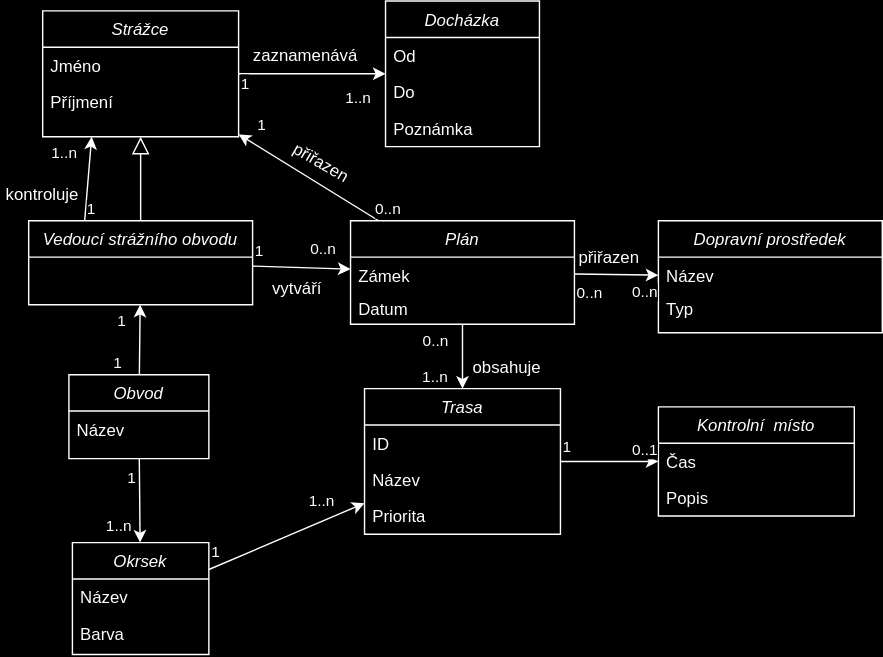
Earlier version of the draw.io export prilohy/domenovy_model.svg (korandom/NP-strazci). Source tidied: cells renumbered, new cells last; positions are measured from the earlier drawing's top-left corner, leaving out a move shared by most shapes.
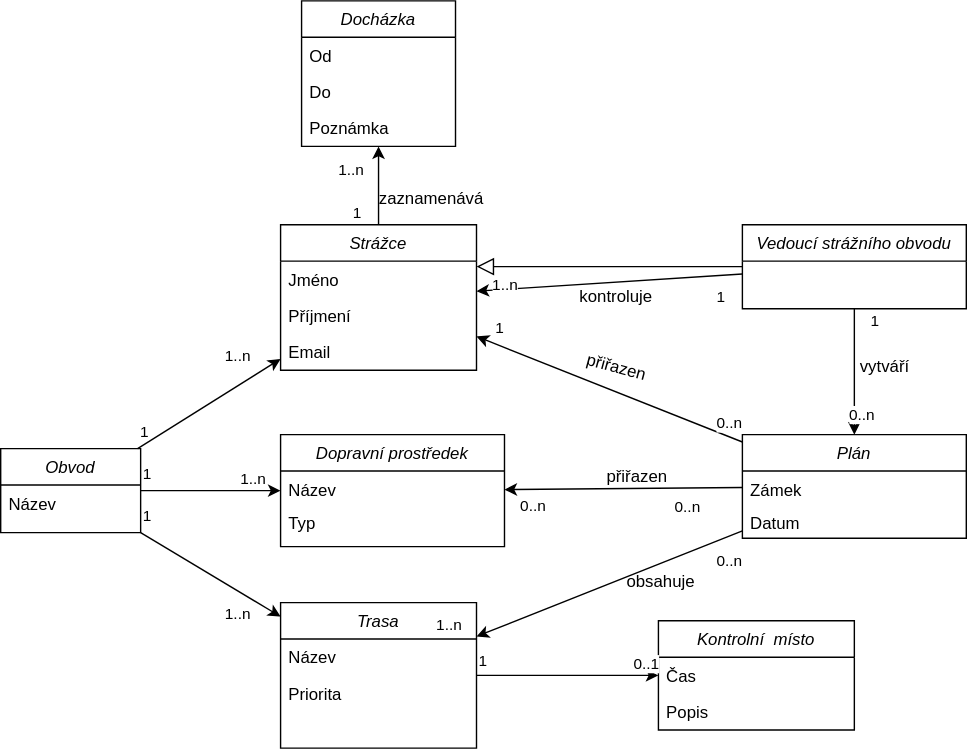
Later version of the same file.

Diff of the diagram source:
```diff
@@ -3,34 +3,34 @@
     <mxCell id="0" />
     <mxCell id="1" parent="0" />
     <mxCell id="2" value="Strážce" style="swimlane;fontStyle=2;align=center;verticalAlign=top;horizontal=1;startSize=26;rounded=0;shadow=0;strokeWidth=1;" parent="1" vertex="1">
-      <mxGeometry x="30" y="7" width="140" height="90" as="geometry" />
+      <mxGeometry x="30" y="7" width="140" height="104" as="geometry" />
     </mxCell>
     <mxCell id="3" value="Jméno" style="text;align=left;verticalAlign=top;spacingLeft=4;spacingRight=4;overflow=hidden;" parent="2" vertex="1">
       <mxGeometry y="26" width="140" height="26" as="geometry" />
     </mxCell>
+    <mxCell id="65" value="Příjmení" style="text;align=left;verticalAlign=top;spacingLeft=4;spacingRight=4;overflow=hidden;rounded=0;shadow=0;html=0;" parent="2" vertex="1">
+      <mxGeometry y="52" width="140" height="26" as="geometry" />
+    </mxCell>
-    <mxCell id="4" value="Příjmení" style="text;align=left;verticalAlign=top;spacingLeft=4;spacingRight=4;overflow=hidden;rounded=0;shadow=0;html=0;" parent="2" vertex="1">
-      <mxGeometry y="52" width="140" height="26" as="geometry" />
+    <mxCell id="4" value="Email" style="text;align=left;verticalAlign=top;spacingLeft=4;spacingRight=4;overflow=hidden;rounded=0;shadow=0;html=0;" parent="2" vertex="1">
+      <mxGeometry y="78" width="140" height="26" as="geometry" />
     </mxCell>
     <mxCell id="5" style="endArrow=block;endSize=10;endFill=0;shadow=0;strokeWidth=1;rounded=0;edgeStyle=elbowEdgeStyle;elbow=vertical;" parent="1" edge="1" source="6" target="2">
       <mxGeometry relative="1" as="geometry" />
     </mxCell>
     <mxCell id="6" value="Vedoucí strážního obvodu" style="swimlane;fontStyle=2;align=center;verticalAlign=top;horizontal=1;startSize=26;rounded=0;shadow=0;strokeWidth=1;" parent="1" vertex="1">
-      <mxGeometry x="20" y="157" width="160" height="60" as="geometry" />
+      <mxGeometry x="360" y="7" width="160" height="60" as="geometry" />
     </mxCell>
     <mxCell id="7" value="Trasa" style="swimlane;fontStyle=2;align=center;verticalAlign=top;horizontal=1;startSize=26;rounded=0;shadow=0;strokeWidth=1;" parent="1" vertex="1">
-      <mxGeometry x="260" y="277" width="140" height="104" as="geometry" />
+      <mxGeometry x="30" y="277" width="140" height="104" as="geometry" />
     </mxCell>
-    <mxCell id="8" value="ID" style="text;align=left;verticalAlign=top;spacingLeft=4;spacingRight=4;overflow=hidden;" parent="7" vertex="1">
-      <mxGeometry y="26" width="140" height="26" as="geometry" />
-    </mxCell>
     <mxCell id="9" value="Název" style="text;align=left;verticalAlign=top;spacingLeft=4;spacingRight=4;overflow=hidden;" parent="7" vertex="1">
-      <mxGeometry y="52" width="140" height="26" as="geometry" />
+      <mxGeometry y="26" width="140" height="26" as="geometry" />
     </mxCell>
     <mxCell id="10" value="Priorita" style="text;align=left;verticalAlign=top;spacingLeft=4;spacingRight=4;overflow=hidden;" parent="7" vertex="1">
-      <mxGeometry y="78" width="140" height="26" as="geometry" />
+      <mxGeometry y="52" width="140" height="26" as="geometry" />
     </mxCell>
     <mxCell id="11" value="Kontrolní  místo" style="swimlane;fontStyle=2;align=center;verticalAlign=top;horizontal=1;startSize=26;rounded=0;shadow=0;strokeWidth=1;" parent="1" vertex="1">
-      <mxGeometry x="470" y="290" width="140" height="78" as="geometry" />
+      <mxGeometry x="300" y="290" width="140" height="78" as="geometry" />
     </mxCell>
     <mxCell id="12" value="Čas" style="text;align=left;verticalAlign=top;spacingLeft=4;spacingRight=4;overflow=hidden;" parent="11" vertex="1">
       <mxGeometry y="26" width="140" height="26" as="geometry" />
@@ -50,7 +50,7 @@
       <mxGeometry x="1" relative="1" as="geometry" />
     </mxCell>
     <mxCell id="17" value="Plán" style="swimlane;fontStyle=2;align=center;verticalAlign=top;horizontal=1;startSize=26;rounded=0;shadow=0;strokeWidth=1;" parent="1" vertex="1">
-      <mxGeometry x="250" y="157" width="160" height="74" as="geometry" />
+      <mxGeometry x="360" y="157" width="160" height="74" as="geometry" />
     </mxCell>
     <mxCell id="18" value="Zámek" style="text;align=left;verticalAlign=top;spacingLeft=4;spacingRight=4;overflow=hidden;" parent="17" vertex="1">
       <mxGeometry y="26" width="160" height="24" as="geometry" />
@@ -59,7 +59,7 @@
       <mxGeometry y="50" width="160" height="24" as="geometry" />
     </mxCell>
     <mxCell id="20" value="Dopravní prostředek" style="swimlane;fontStyle=2;align=center;verticalAlign=top;horizontal=1;startSize=26;rounded=0;shadow=0;strokeWidth=1;" parent="1" vertex="1">
-      <mxGeometry x="470" y="157" width="160" height="80" as="geometry" />
+      <mxGeometry x="30" y="157" width="160" height="80" as="geometry" />
     </mxCell>
     <mxCell id="21" value="Název" style="text;align=left;verticalAlign=top;spacingLeft=4;spacingRight=4;overflow=hidden;" parent="20" vertex="1">
       <mxGeometry y="26" width="160" height="24" as="geometry" />
@@ -72,7 +72,7 @@
     </mxCell>
     <mxCell id="24" value="0..n" style="edgeLabel;html=1;align=left;verticalAlign=bottom;" parent="23" vertex="1">
       <mxGeometry x="-1" relative="1" as="geometry">
-        <mxPoint x="-30" y="20" as="offset" />
+        <mxPoint x="-20" y="29" as="offset" />
       </mxGeometry>
     </mxCell>
     <mxCell id="25" value="1..n" style="edgeLabel;html=1;align=right;verticalAlign=bottom;" parent="23" vertex="1">
@@ -85,12 +85,12 @@
     </mxCell>
     <mxCell id="27" value="0..n" style="edgeLabel;html=1;align=left;verticalAlign=bottom;" parent="26" vertex="1">
       <mxGeometry x="-1" relative="1" as="geometry">
-        <mxPoint y="22" as="offset" />
+        <mxPoint x="-50" y="22" as="offset" />
       </mxGeometry>
     </mxCell>
     <mxCell id="28" value="0..n" style="edgeLabel;html=1;align=right;verticalAlign=bottom;" parent="26" vertex="1">
       <mxGeometry x="1" relative="1" as="geometry">
-        <mxPoint y="20" as="offset" />
+        <mxPoint x="30" y="20" as="offset" />
       </mxGeometry>
     </mxCell>
     <mxCell id="29" style="endArrow=classic;html=1;rounded=0;" parent="1" edge="1" source="17" target="2">
@@ -98,7 +98,7 @@
     </mxCell>
     <mxCell id="30" value="0..n" style="edgeLabel;html=1;align=left;verticalAlign=bottom;" parent="29" vertex="1">
       <mxGeometry x="-1" relative="1" as="geometry">
-        <mxPoint x="-4" as="offset" />
+        <mxPoint x="-20" y="-5" as="offset" />
       </mxGeometry>
     </mxCell>
     <mxCell id="31" value="1" style="edgeLabel;html=1;align=right;verticalAlign=bottom;" parent="29" vertex="1">
@@ -107,58 +107,25 @@
       </mxGeometry>
     </mxCell>
     <mxCell id="32" value="Obvod" style="swimlane;fontStyle=2;align=center;verticalAlign=top;horizontal=1;startSize=26;rounded=0;shadow=0;strokeWidth=1;" parent="1" vertex="1">
-      <mxGeometry x="48.8" y="267" width="100" height="60" as="geometry" />
+      <mxGeometry x="-170" y="167" width="100" height="60" as="geometry" />
     </mxCell>
     <mxCell id="33" value="Název" style="text;align=left;verticalAlign=top;spacingLeft=4;spacingRight=4;overflow=hidden;" parent="32" vertex="1">
       <mxGeometry y="26" width="100" height="26" as="geometry" />
     </mxCell>
-    <mxCell id="34" value="Okrsek" style="swimlane;fontStyle=2;align=center;verticalAlign=top;horizontal=1;startSize=26;rounded=0;shadow=0;strokeWidth=1;" parent="1" vertex="1">
-      <mxGeometry x="51.2" y="387" width="97.5" height="80" as="geometry" />
-    </mxCell>
-    <mxCell id="35" value="Název" style="text;align=left;verticalAlign=top;spacingLeft=4;spacingRight=4;overflow=hidden;" parent="34" vertex="1">
-      <mxGeometry y="26" width="97.5" height="26" as="geometry" />
-    </mxCell>
-    <mxCell id="36" value="Barva" style="text;align=left;verticalAlign=top;spacingLeft=4;spacingRight=4;overflow=hidden;" parent="34" vertex="1">
-      <mxGeometry y="52" width="97.5" height="26" as="geometry" />
-    </mxCell>
-    <mxCell id="37" style="endArrow=classic;html=1;rounded=0;" parent="1" edge="1" source="32" target="6">
-      <mxGeometry relative="1" as="geometry" />
-    </mxCell>
-    <mxCell id="38" value="1" style="edgeLabel;html=1;align=left;verticalAlign=bottom;" parent="37" vertex="1">
-      <mxGeometry x="-1" relative="1" as="geometry">
-        <mxPoint x="-20" as="offset" />
-      </mxGeometry>
-    </mxCell>
-    <mxCell id="39" value="1" style="edgeLabel;html=1;align=right;verticalAlign=bottom;" parent="37" vertex="1">
-      <mxGeometry x="1" relative="1" as="geometry">
-        <mxPoint x="-10" y="20" as="offset" />
-      </mxGeometry>
-    </mxCell>
-    <mxCell id="40" style="endArrow=classic;html=1;rounded=0;" parent="1" edge="1" source="32" target="34">
-      <mxGeometry relative="1" as="geometry" />
-    </mxCell>
-    <mxCell id="41" value="1" style="edgeLabel;html=1;align=left;verticalAlign=bottom;" parent="40" vertex="1">
-      <mxGeometry x="-1" relative="1" as="geometry">
-        <mxPoint x="-10" y="22" as="offset" />
-      </mxGeometry>
-    </mxCell>
-    <mxCell id="42" value="1..n" style="edgeLabel;html=1;align=right;verticalAlign=bottom;" parent="40" vertex="1">
-      <mxGeometry x="1" relative="1" as="geometry">
-        <mxPoint x="-6" y="-4" as="offset" />
-      </mxGeometry>
-    </mxCell>
-    <mxCell id="43" style="endArrow=classic;html=1;rounded=0;exitX=0.25;exitY=0;exitDx=0;exitDy=0;entryX=0.25;entryY=1;entryDx=0;entryDy=0;" parent="1" edge="1" source="6" target="2">
+    <mxCell id="43" style="endArrow=classic;html=1;rounded=0;" parent="1" edge="1" source="6" target="2">
       <mxGeometry relative="1" as="geometry" />
     </mxCell>
     <mxCell id="44" value="1" style="edgeLabel;html=1;align=left;verticalAlign=bottom;" parent="43" vertex="1">
-      <mxGeometry x="-1" relative="1" as="geometry" />
+      <mxGeometry x="-1" relative="1" as="geometry">
+        <mxPoint x="-20" y="25" as="offset" />
+      </mxGeometry>
     </mxCell>
     <mxCell id="45" value="1..n" style="edgeLabel;html=1;align=right;verticalAlign=bottom;" parent="43" vertex="1">
       <mxGeometry x="1" relative="1" as="geometry">
-        <mxPoint x="-10" y="20" as="offset" />
+        <mxPoint x="30" y="3" as="offset" />
       </mxGeometry>
     </mxCell>
-    <mxCell id="46" style="endArrow=classic;html=1;rounded=0;" parent="1" edge="1" source="34" target="7">
+    <mxCell id="46" style="endArrow=classic;html=1;rounded=0;" parent="1" edge="1" source="32" target="7">
       <mxGeometry relative="1" as="geometry" />
     </mxCell>
     <mxCell id="47" value="1" style="edgeLabel;html=1;align=left;verticalAlign=bottom;" parent="46" vertex="1">
@@ -172,7 +139,7 @@
       </mxGeometry>
     </mxCell>
     <mxCell id="49" value="Docházka" style="swimlane;fontStyle=2;align=center;verticalAlign=top;horizontal=1;startSize=26;rounded=0;shadow=0;strokeWidth=1;" parent="1" vertex="1">
-      <mxGeometry x="275" width="110" height="104" as="geometry" />
+      <mxGeometry x="45" y="-153" width="110" height="104" as="geometry" />
     </mxCell>
     <mxCell id="50" value="Od" style="text;align=left;verticalAlign=top;spacingLeft=4;spacingRight=4;overflow=hidden;" parent="49" vertex="1">
       <mxGeometry y="26" width="110" height="26" as="geometry" />
@@ -188,12 +155,12 @@
     </mxCell>
     <mxCell id="54" value="1" style="edgeLabel;html=1;align=left;verticalAlign=bottom;" parent="53" vertex="1">
       <mxGeometry x="-1" relative="1" as="geometry">
-        <mxPoint y="-2" as="offset" />
+        <mxPoint x="10" y="17" as="offset" />
       </mxGeometry>
     </mxCell>
     <mxCell id="55" value="0..n" style="edgeLabel;html=1;align=right;verticalAlign=bottom;" parent="53" vertex="1">
       <mxGeometry x="1" relative="1" as="geometry">
-        <mxPoint x="-10" y="-7" as="offset" />
+        <mxPoint x="15" y="-7" as="offset" />
       </mxGeometry>
     </mxCell>
     <mxCell id="56" style="endArrow=classic;html=1;rounded=0;" parent="1" edge="1" source="2" target="49">
@@ -201,7 +168,7 @@
     </mxCell>
     <mxCell id="57" value="1" style="edgeLabel;html=1;align=left;verticalAlign=bottom;" parent="56" vertex="1">
       <mxGeometry x="-1" relative="1" as="geometry">
-        <mxPoint y="15" as="offset" />
+        <mxPoint x="-20" as="offset" />
       </mxGeometry>
     </mxCell>
     <mxCell id="58" value="1..n" style="edgeLabel;html=1;align=right;verticalAlign=bottom;" parent="56" vertex="1">
@@ -210,22 +177,48 @@
       </mxGeometry>
     </mxCell>
     <mxCell id="59" value="vytváří" style="text;html=1;align=center;verticalAlign=middle;whiteSpace=wrap;rounded=0;" parent="1" vertex="1">
-      <mxGeometry x="180" y="194" width="64" height="23" as="geometry" />
+      <mxGeometry x="430" y="97" width="64" height="23" as="geometry" />
     </mxCell>
     <mxCell id="60" value="zaznamenává" style="text;html=1;align=center;verticalAlign=middle;whiteSpace=wrap;rounded=0;" parent="1" vertex="1">
-      <mxGeometry x="186" y="27" width="64" height="23" as="geometry" />
+      <mxGeometry x="106" y="-23" width="64" height="23" as="geometry" />
     </mxCell>
     <mxCell id="61" value="kontroluje" style="text;html=1;align=center;verticalAlign=middle;whiteSpace=wrap;rounded=0;rotation=0;" parent="1" vertex="1">
-      <mxGeometry y="137" width="60" height="3" as="geometry" />
+      <mxGeometry x="240" y="57.5" width="60" height="3" as="geometry" />
     </mxCell>
     <mxCell id="62" value="přiřazen" style="text;html=1;align=center;verticalAlign=middle;whiteSpace=wrap;rounded=0;" parent="1" vertex="1">
-      <mxGeometry x="410" y="174" width="50" height="20" as="geometry" />
+      <mxGeometry x="260" y="177" width="50" height="20" as="geometry" />
     </mxCell>
     <mxCell id="63" value="obsahuje" style="text;html=1;align=center;verticalAlign=middle;whiteSpace=wrap;rounded=0;" parent="1" vertex="1">
-      <mxGeometry x="330" y="257" width="64" height="10" as="geometry" />
+      <mxGeometry x="270" y="257" width="64" height="10" as="geometry" />
     </mxCell>
-    <mxCell id="64" value="přiřazen" style="text;html=1;align=center;verticalAlign=middle;whiteSpace=wrap;rounded=0;rotation=30;" parent="1" vertex="1">
-      <mxGeometry x="209" y="104" width="41" height="23" as="geometry" />
+    <mxCell id="64" value="přiřazen" style="text;html=1;align=center;verticalAlign=middle;whiteSpace=wrap;rounded=0;rotation=15;" parent="1" vertex="1">
+      <mxGeometry x="249.5" y="97" width="41" height="23" as="geometry" />
     </mxCell>
+    <mxCell id="66" style="endArrow=classic;html=1;rounded=0;" parent="1" edge="1" source="32" target="20">
+      <mxGeometry relative="1" as="geometry" />
+    </mxCell>
+    <mxCell id="67" value="1" style="edgeLabel;html=1;align=left;verticalAlign=bottom;" parent="66" vertex="1">
+      <mxGeometry x="-1" relative="1" as="geometry">
+        <mxPoint y="-4" as="offset" />
+      </mxGeometry>
+    </mxCell>
+    <mxCell id="68" value="1..n" style="edgeLabel;html=1;align=right;verticalAlign=bottom;" parent="66" vertex="1">
+      <mxGeometry x="1" relative="1" as="geometry">
+        <mxPoint x="-10" as="offset" />
+      </mxGeometry>
+    </mxCell>
+    <mxCell id="69" style="endArrow=classic;html=1;rounded=0;" parent="1" edge="1" source="32" target="2">
+      <mxGeometry relative="1" as="geometry" />
+    </mxCell>
+    <mxCell id="70" value="1" style="edgeLabel;html=1;align=left;verticalAlign=bottom;" parent="69" vertex="1">
+      <mxGeometry x="-1" relative="1" as="geometry">
+        <mxPoint y="-4" as="offset" />
+      </mxGeometry>
+    </mxCell>
+    <mxCell id="71" value="1..n" style="edgeLabel;html=1;align=right;verticalAlign=bottom;" parent="69" vertex="1">
+      <mxGeometry x="1" relative="1" as="geometry">
+        <mxPoint x="-21" y="6" as="offset" />
+      </mxGeometry>
+    </mxCell>
   </root>
 </mxGraphModel>
```
